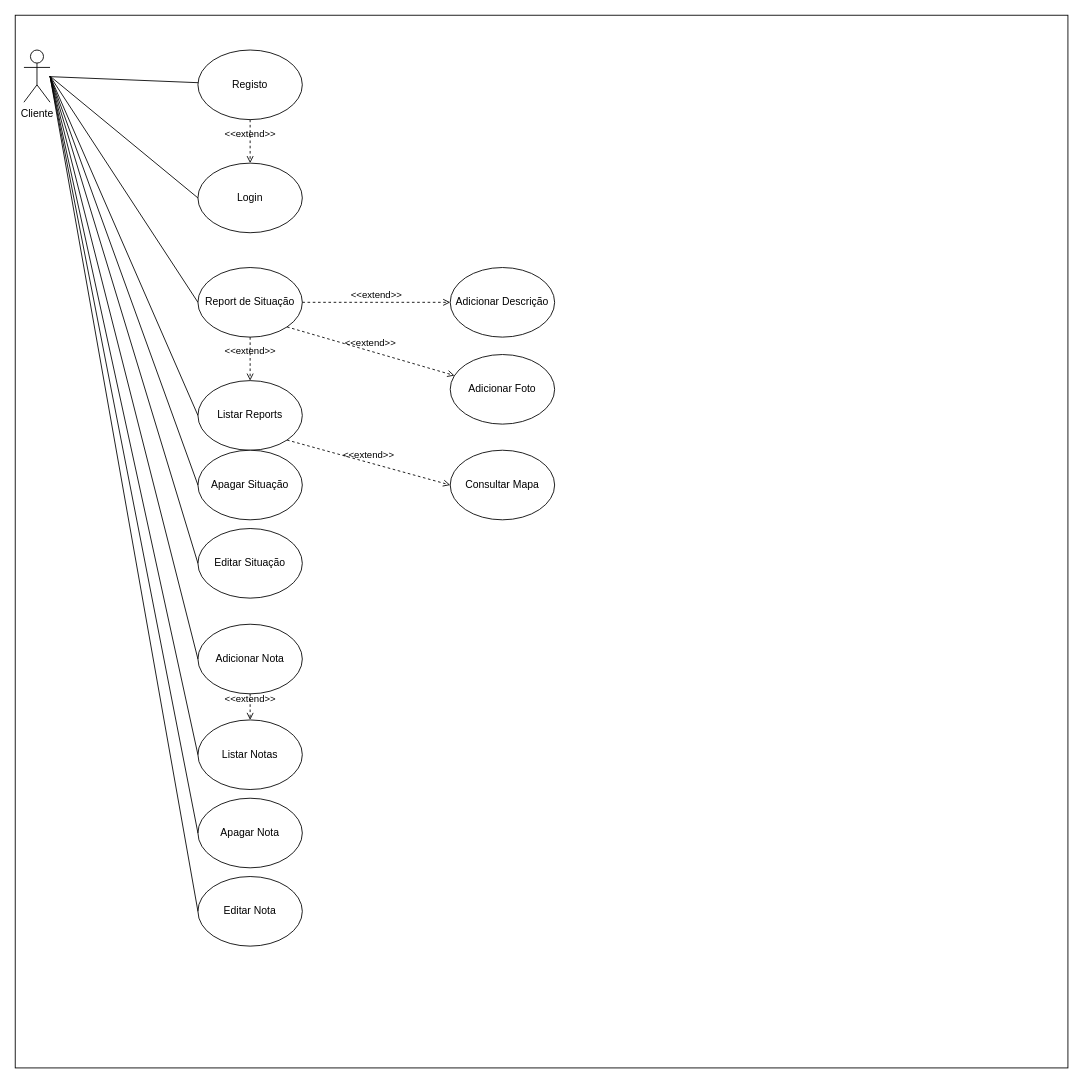
The draw.io diagram MT1 - 1_trabalho_objetivos/Use_cases _MT1.drawio in BA20/CM-21, before the edit. Source tidied: cells renumbered, new cells numbered last; positions are measured from the earlier drawing's top-left corner, leaving out a move shared by most shapes. Both pictures are drawn from the tidied source at 87%, with x=0, y=0 at pixel (15, 15).
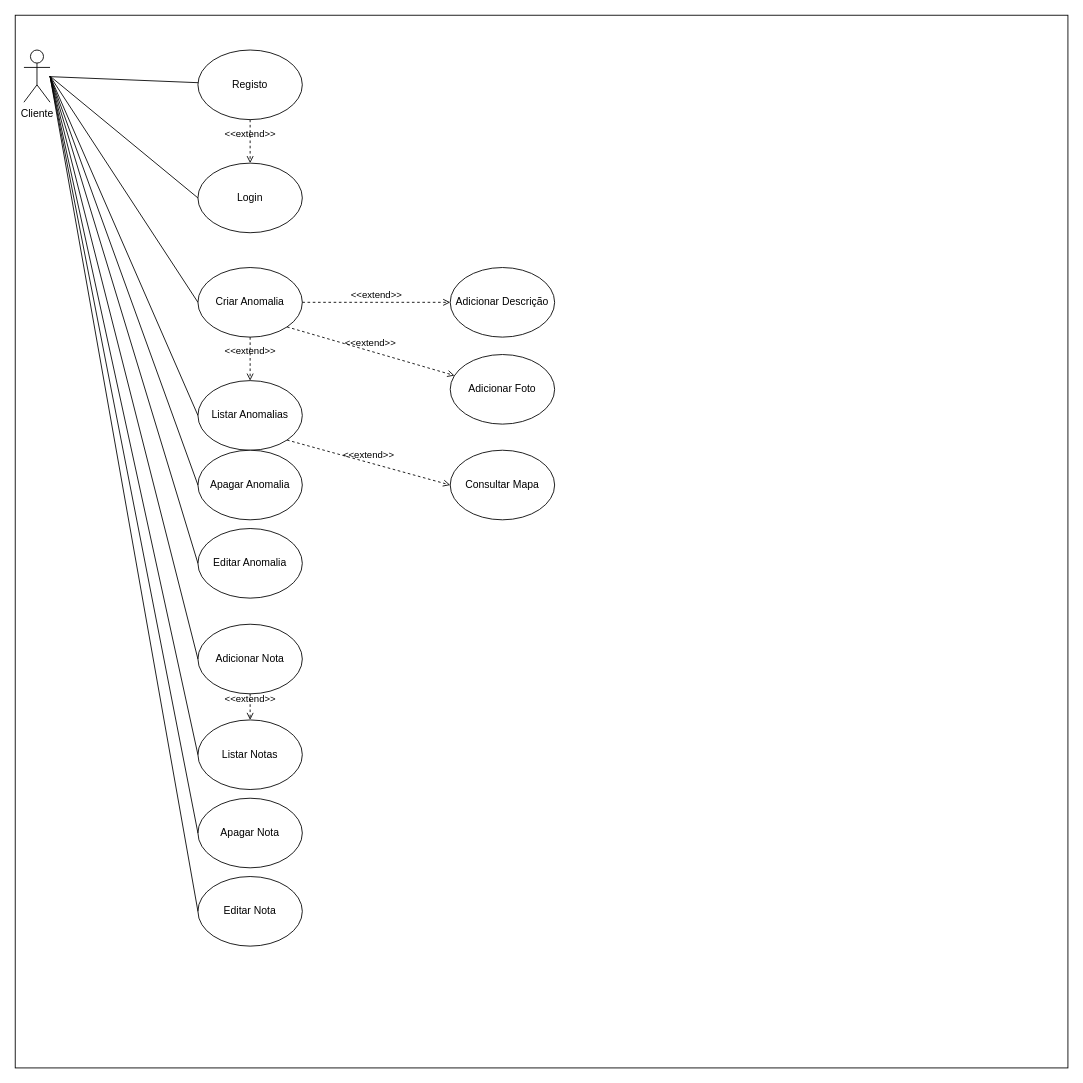
Above is the later version.

What changed in the source:
```diff
@@
-    <mxCell id="7" value="Report de Situação" style="ellipse;whiteSpace=wrap;html=1;" parent="1" vertex="1">
+    <mxCell id="7" value="Criar Anomalia" style="ellipse;whiteSpace=wrap;html=1;" parent="1" vertex="1">
       <mxGeometry x="210" y="290" width="120" height="80" as="geometry" />
     </mxCell>
-    <mxCell id="8" value="Listar Reports" style="ellipse;whiteSpace=wrap;html=1;" parent="1" vertex="1">
+    <mxCell id="8" value="Listar Anomalias" style="ellipse;whiteSpace=wrap;html=1;" parent="1" vertex="1">
       <mxGeometry x="210" y="420" width="120" height="80" as="geometry" />
     </mxCell>
@@
-    <mxCell id="24" value="Apagar Situação" style="ellipse;whiteSpace=wrap;html=1;" parent="1" vertex="1">
+    <mxCell id="24" value="Apagar Anomalia" style="ellipse;whiteSpace=wrap;html=1;" parent="1" vertex="1">
       <mxGeometry x="210" y="500" width="120" height="80" as="geometry" />
     </mxCell>
@@
-    <mxCell id="30" value="Editar Situação" style="ellipse;whiteSpace=wrap;html=1;" parent="1" vertex="1">
+    <mxCell id="30" value="Editar Anomalia" style="ellipse;whiteSpace=wrap;html=1;" parent="1" vertex="1">
       <mxGeometry x="210" y="590" width="120" height="80" as="geometry" />
     </mxCell>
```
